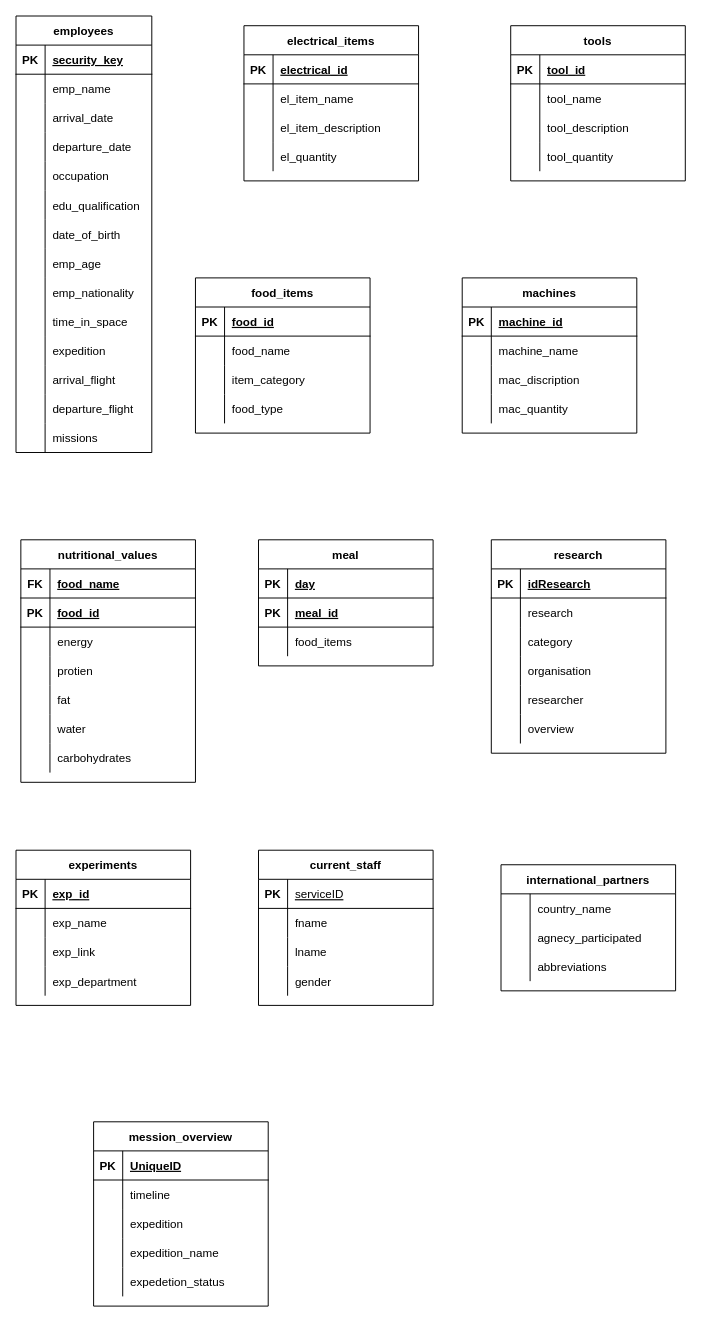
This is page "tables" (2 of 2) of ER_diagram.drawio from abhishekkumar11724/ISS_management_system, a draw.io file, before an edit. Source tidied: cells renumbered, new cells numbered last; positions are measured from the earlier drawing's top-left corner, leaving out a move shared by most shapes. Both pictures are drawn from the tidied source at 97%, with x=0, y=0 at pixel (16, 16).
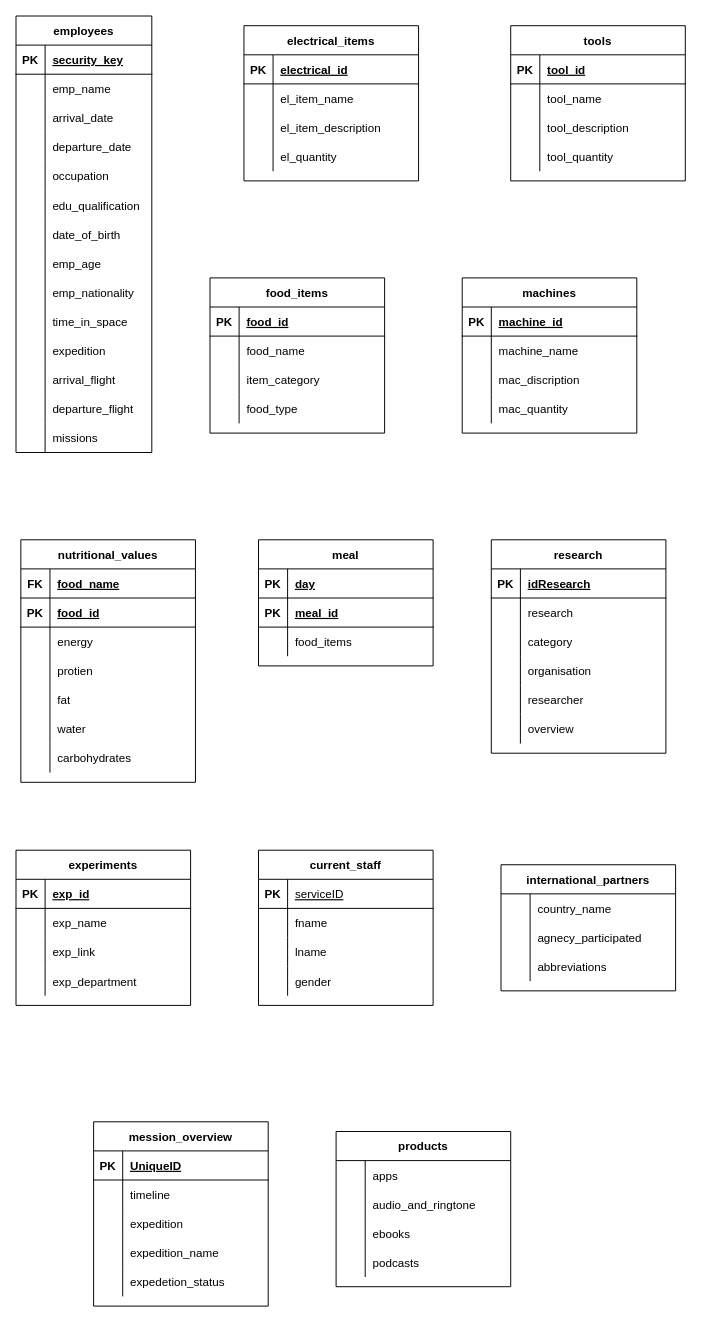
The same diagram, later.

What changed in the source:
```diff
@@
     <mxCell id="84" value="food_items" style="shape=table;startSize=30;childLayout=tableLayout;rowLines=0;fontStyle=1;align=center;" parent="1" vertex="1">
-      <mxGeometry x="185" y="270" width="180" height="160" as="geometry" />
+      <mxGeometry x="200" y="270" width="180" height="160" as="geometry" />
     </mxCell>
@@
+    <mxCell id="200" value="products" style="shape=table;startSize=30;childLayout=tableLayout;rowLines=0;fontStyle=1;align=center;" parent="1" vertex="1">
+      <mxGeometry x="330" y="1150" width="180" height="160" as="geometry" />
+    </mxCell>
+    <mxCell id="201" style="shape=partialRectangle;fillColor=none;top=0;left=0;bottom=0;right=0;" parent="200" vertex="1">
+      <mxGeometry y="30" width="180" height="30" as="geometry" />
+    </mxCell>
+    <mxCell id="202" style="shape=partialRectangle;fillColor=none;top=0;left=0;bottom=0;right=0;overflow=hidden;" parent="201" vertex="1">
+      <mxGeometry width="30" height="30" as="geometry" />
+    </mxCell>
+    <mxCell id="203" value="apps" style="shape=partialRectangle;fillColor=none;top=0;left=0;bottom=0;right=0;align=left;spacingLeft=6;overflow=hidden;" parent="201" vertex="1">
+      <mxGeometry x="30" width="150" height="30" as="geometry" />
+    </mxCell>
+    <mxCell id="204" style="shape=partialRectangle;fillColor=none;top=0;left=0;bottom=0;right=0;" parent="200" vertex="1">
+      <mxGeometry y="60" width="180" height="30" as="geometry" />
+    </mxCell>
+    <mxCell id="205" style="shape=partialRectangle;fillColor=none;top=0;left=0;bottom=0;right=0;overflow=hidden;" parent="204" vertex="1">
+      <mxGeometry width="30" height="30" as="geometry" />
+    </mxCell>
+    <mxCell id="206" value="audio_and_ringtone" style="shape=partialRectangle;fillColor=none;top=0;left=0;bottom=0;right=0;align=left;spacingLeft=6;overflow=hidden;" parent="204" vertex="1">
+      <mxGeometry x="30" width="150" height="30" as="geometry" />
+    </mxCell>
+    <mxCell id="207" style="shape=partialRectangle;fillColor=none;top=0;left=0;bottom=0;right=0;" parent="200" vertex="1">
+      <mxGeometry y="90" width="180" height="30" as="geometry" />
+    </mxCell>
+    <mxCell id="208" style="shape=partialRectangle;fillColor=none;top=0;left=0;bottom=0;right=0;overflow=hidden;" parent="207" vertex="1">
+      <mxGeometry width="30" height="30" as="geometry" />
+    </mxCell>
+    <mxCell id="209" value="ebooks" style="shape=partialRectangle;fillColor=none;top=0;left=0;bottom=0;right=0;align=left;spacingLeft=6;overflow=hidden;" parent="207" vertex="1">
+      <mxGeometry x="30" width="150" height="30" as="geometry" />
+    </mxCell>
+    <mxCell id="210" style="shape=partialRectangle;fillColor=none;top=0;left=0;bottom=0;right=0;" parent="200" vertex="1">
+      <mxGeometry y="120" width="180" height="30" as="geometry" />
+    </mxCell>
+    <mxCell id="211" style="shape=partialRectangle;fillColor=none;top=0;left=0;bottom=0;right=0;overflow=hidden;" parent="210" vertex="1">
+      <mxGeometry width="30" height="30" as="geometry" />
+    </mxCell>
+    <mxCell id="212" value="podcasts" style="shape=partialRectangle;fillColor=none;top=0;left=0;bottom=0;right=0;align=left;spacingLeft=6;overflow=hidden;" parent="210" vertex="1">
+      <mxGeometry x="30" width="150" height="30" as="geometry" />
+    </mxCell>
```
